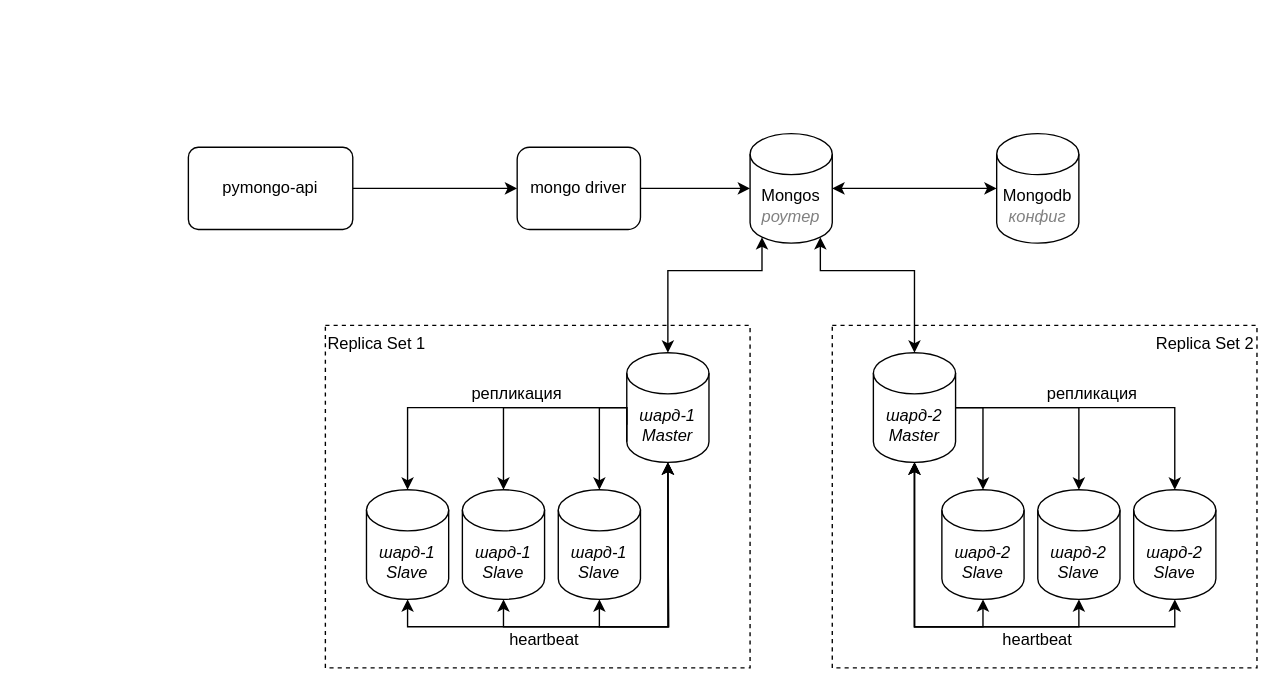
Before: page "2. Репликация" (3 of 6) of sprint2.drawio in AndreyMirzoyan/architecture-sprint-2, a draw.io diagram. Source tidied: cells renumbered, new cells numbered last; positions are measured from the earlier drawing's top-left corner, leaving out a move shared by most shapes. Both pictures are drawn from the tidied source at 137%, with x=0, y=0 at pixel (188, 133).
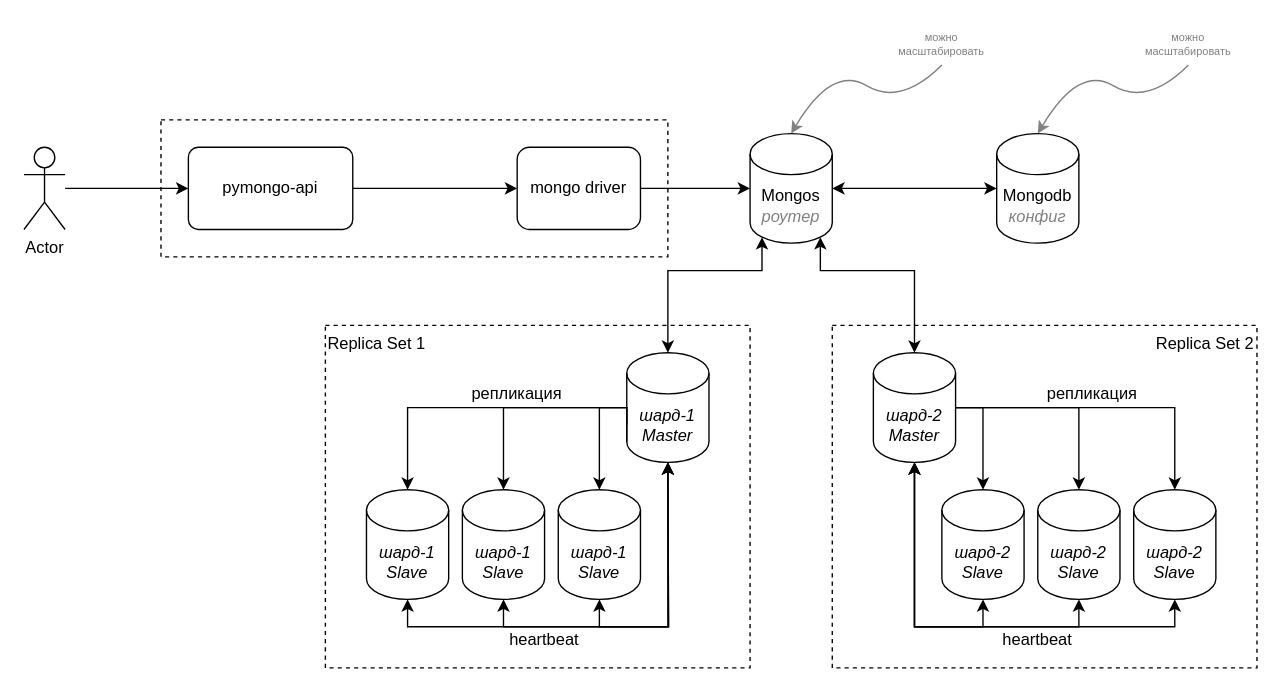
The same page after the edit.

Change to the diagram source:
```diff
@@
+    <mxCell id="37" style="rounded=0;whiteSpace=wrap;html=1;dashed=1;" parent="1" vertex="1">
+      <mxGeometry x="-20" y="-10" width="370" height="100" as="geometry" />
+    </mxCell>
@@
+    <mxCell id="38" style="edgeStyle=orthogonalEdgeStyle;rounded=0;jettySize=auto;html=1;entryX=0;entryY=0.5;entryDx=0;entryDy=0;" parent="1" edge="1" source="39">
+      <mxGeometry relative="1" as="geometry">
+        <mxPoint y="40" as="targetPoint" />
+      </mxGeometry>
+    </mxCell>
+    <mxCell id="39" value="Actor" style="shape=umlActor;verticalLabelPosition=bottom;verticalAlign=top;html=1;outlineConnect=0;" parent="1" vertex="1">
+      <mxGeometry x="-120" y="10" width="30" height="60" as="geometry" />
+    </mxCell>
+    <mxCell id="40" value="можно масштабировать" style="text;html=1;align=center;verticalAlign=middle;whiteSpace=wrap;rounded=0;fontSize=8;fontColor=#808080;" parent="1" vertex="1">
+      <mxGeometry x="690" y="-80" width="80" height="30" as="geometry" />
+    </mxCell>
+    <mxCell id="41" style="curved=1;endArrow=classic;html=1;rounded=0;entryX=0.5;entryY=0;entryDx=0;entryDy=0;entryPerimeter=0;exitX=0.5;exitY=1;exitDx=0;exitDy=0;fontColor=#808080;strokeColor=#808080;" parent="1" edge="1" source="40">
+      <mxGeometry relative="1" as="geometry">
+        <mxPoint x="620" as="targetPoint" />
+        <Array as="points">
+          <mxPoint x="700" y="-20" />
+          <mxPoint x="650" y="-50" />
+        </Array>
+      </mxGeometry>
+    </mxCell>
+    <mxCell id="42" value="можно масштабировать" style="text;html=1;align=center;verticalAlign=middle;whiteSpace=wrap;rounded=0;fontSize=8;fontColor=#808080;" parent="1" vertex="1">
+      <mxGeometry x="510" y="-80" width="80" height="30" as="geometry" />
+    </mxCell>
+    <mxCell id="43" style="curved=1;endArrow=classic;html=1;rounded=0;entryX=0.5;entryY=0;entryDx=0;entryDy=0;entryPerimeter=0;exitX=0.5;exitY=1;exitDx=0;exitDy=0;fontColor=#808080;strokeColor=#808080;" parent="1" edge="1" source="42">
+      <mxGeometry relative="1" as="geometry">
+        <mxPoint x="440" as="targetPoint" />
+        <Array as="points">
+          <mxPoint x="520" y="-20" />
+          <mxPoint x="470" y="-50" />
+        </Array>
+      </mxGeometry>
+    </mxCell>
```
